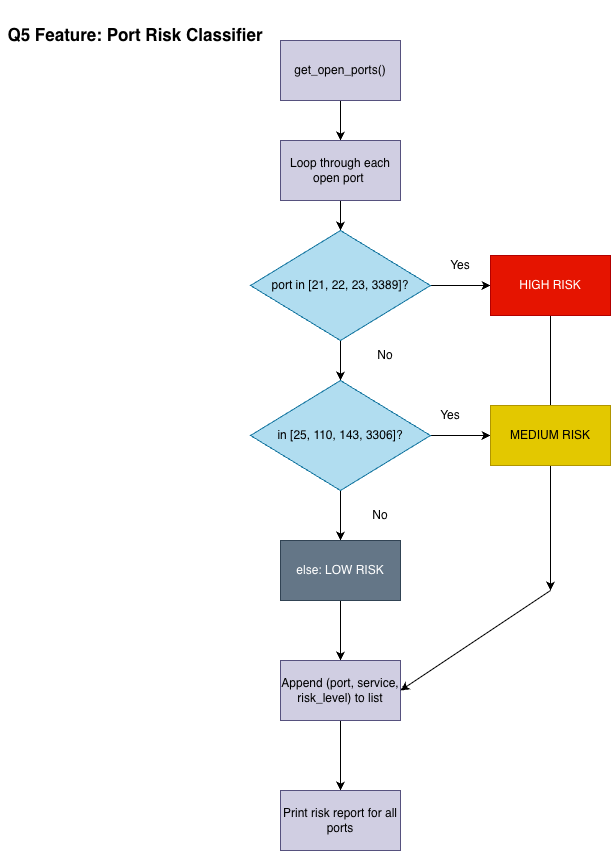
RenanGutierrezz/COMP2152_Assignment-2 keeps this draw.io diagram as diagram_101573073.png. Above is the earlier version. Source tidied: cells renumbered, new cells last; positions are measured from the earlier drawing's top-left corner, leaving out a move shared by most shapes. Its diagram source:
```xml
<mxGraphModel>
  <root>
    <mxCell id="0" />
    <mxCell id="1" parent="0" />
    <mxCell id="2" style="edgeStyle=orthogonalEdgeStyle;rounded=0;jettySize=auto;html=1;entryX=0.5;entryY=0;entryDx=0;entryDy=0;" parent="1" edge="1" source="3" target="5">
      <mxGeometry relative="1" as="geometry" />
    </mxCell>
    <mxCell id="3" value="get_open_ports()" style="rounded=0;whiteSpace=wrap;html=1;fillColor=#d0cee2;strokeColor=#56517e;" parent="1" vertex="1">
      <mxGeometry x="280" y="40" width="120" height="60" as="geometry" />
    </mxCell>
    <mxCell id="4" style="edgeStyle=orthogonalEdgeStyle;rounded=0;jettySize=auto;html=1;entryX=0.5;entryY=0;entryDx=0;entryDy=0;" parent="1" edge="1" source="5" target="8">
      <mxGeometry relative="1" as="geometry" />
    </mxCell>
    <mxCell id="5" value="Loop through each open port&amp;nbsp;" style="rounded=0;whiteSpace=wrap;html=1;fillColor=#d0cee2;strokeColor=#56517e;" parent="1" vertex="1">
      <mxGeometry x="280" y="140" width="120" height="60" as="geometry" />
    </mxCell>
    <mxCell id="6" style="edgeStyle=orthogonalEdgeStyle;rounded=0;jettySize=auto;html=1;entryX=0.5;entryY=0;entryDx=0;entryDy=0;" parent="1" edge="1" source="8" target="13">
      <mxGeometry relative="1" as="geometry" />
    </mxCell>
    <mxCell id="7" style="edgeStyle=orthogonalEdgeStyle;rounded=0;jettySize=auto;html=1;entryX=0;entryY=0.5;entryDx=0;entryDy=0;" parent="1" edge="1" source="8" target="10">
      <mxGeometry relative="1" as="geometry" />
    </mxCell>
    <mxCell id="8" value="port in [21, 22, 23, 3389]?" style="rhombus;whiteSpace=wrap;html=1;fillColor=#b1ddf0;strokeColor=#10739e;" parent="1" vertex="1">
      <mxGeometry x="250" y="230" width="180" height="110" as="geometry" />
    </mxCell>
    <mxCell id="9" style="rounded=0;jettySize=auto;html=1;" parent="1" edge="1" source="10">
      <mxGeometry relative="1" as="geometry">
        <mxPoint x="550" y="590" as="targetPoint" />
      </mxGeometry>
    </mxCell>
    <mxCell id="10" value="HIGH RISK" style="rounded=0;whiteSpace=wrap;html=1;fillColor=#e51400;fontColor=#ffffff;strokeColor=#B20000;" parent="1" vertex="1">
      <mxGeometry x="490" y="255" width="120" height="60" as="geometry" />
    </mxCell>
    <mxCell id="11" style="edgeStyle=orthogonalEdgeStyle;rounded=0;jettySize=auto;html=1;entryX=0.5;entryY=0;entryDx=0;entryDy=0;" parent="1" edge="1" source="13" target="16">
      <mxGeometry relative="1" as="geometry" />
    </mxCell>
    <mxCell id="12" style="edgeStyle=orthogonalEdgeStyle;rounded=0;jettySize=auto;html=1;entryX=0;entryY=0.5;entryDx=0;entryDy=0;" parent="1" edge="1" source="13" target="14">
      <mxGeometry relative="1" as="geometry" />
    </mxCell>
    <mxCell id="13" value="in [25, 110, 143, 3306]?" style="rhombus;whiteSpace=wrap;html=1;fillColor=#b1ddf0;strokeColor=#10739e;" parent="1" vertex="1">
      <mxGeometry x="250" y="380" width="180" height="110" as="geometry" />
    </mxCell>
    <mxCell id="14" value="MEDIUM RISK" style="rounded=0;whiteSpace=wrap;html=1;fillColor=#e3c800;fontColor=#000000;strokeColor=#B09500;" parent="1" vertex="1">
      <mxGeometry x="490" y="405" width="120" height="60" as="geometry" />
    </mxCell>
    <mxCell id="15" style="edgeStyle=orthogonalEdgeStyle;rounded=0;jettySize=auto;html=1;entryX=0.5;entryY=0;entryDx=0;entryDy=0;" parent="1" edge="1" source="16" target="22">
      <mxGeometry relative="1" as="geometry" />
    </mxCell>
    <mxCell id="16" value="&lt;div&gt;else: LOW RISK&lt;/div&gt;" style="rounded=0;whiteSpace=wrap;html=1;fillColor=#647687;fontColor=#ffffff;strokeColor=#314354;" parent="1" vertex="1">
      <mxGeometry x="280" y="540" width="120" height="60" as="geometry" />
    </mxCell>
    <mxCell id="17" value="&lt;font style=&quot;color: light-dark(rgb(0, 0, 0), rgb(255, 51, 51));&quot;&gt;No&lt;/font&gt;" style="text;html=1;whiteSpace=wrap;strokeColor=none;fillColor=none;align=center;verticalAlign=middle;rounded=0;" parent="1" vertex="1">
      <mxGeometry x="355" y="340" width="60" height="30" as="geometry" />
    </mxCell>
    <mxCell id="18" value="&lt;font style=&quot;color: light-dark(rgb(0, 0, 0), rgb(51, 255, 51));&quot;&gt;Yes&lt;/font&gt;" style="text;html=1;whiteSpace=wrap;strokeColor=none;fillColor=none;align=center;verticalAlign=middle;rounded=0;" parent="1" vertex="1">
      <mxGeometry x="430" y="250" width="60" height="30" as="geometry" />
    </mxCell>
    <mxCell id="19" value="&lt;font style=&quot;color: light-dark(rgb(0, 0, 0), rgb(0, 255, 0));&quot;&gt;Yes&lt;/font&gt;" style="text;html=1;whiteSpace=wrap;strokeColor=none;fillColor=none;align=center;verticalAlign=middle;rounded=0;" parent="1" vertex="1">
      <mxGeometry x="420" y="400" width="60" height="30" as="geometry" />
    </mxCell>
    <mxCell id="20" value="&lt;font style=&quot;color: light-dark(rgb(0, 0, 0), rgb(255, 51, 51));&quot;&gt;No&lt;/font&gt;" style="text;html=1;whiteSpace=wrap;strokeColor=none;fillColor=none;align=center;verticalAlign=middle;rounded=0;" parent="1" vertex="1">
      <mxGeometry x="350" y="500" width="60" height="30" as="geometry" />
    </mxCell>
    <mxCell id="21" style="edgeStyle=orthogonalEdgeStyle;rounded=0;jettySize=auto;html=1;entryX=0.5;entryY=0;entryDx=0;entryDy=0;" parent="1" edge="1" source="22" target="23">
      <mxGeometry relative="1" as="geometry" />
    </mxCell>
    <mxCell id="22" value="Append (port, service, risk_level) to list" style="rounded=0;whiteSpace=wrap;html=1;fillColor=#d0cee2;strokeColor=#56517e;" parent="1" vertex="1">
      <mxGeometry x="280" y="660" width="120" height="60" as="geometry" />
    </mxCell>
    <mxCell id="23" value="Print risk report for all ports" style="rounded=0;whiteSpace=wrap;html=1;fillColor=#d0cee2;strokeColor=#56517e;" parent="1" vertex="1">
      <mxGeometry x="280" y="790" width="120" height="60" as="geometry" />
    </mxCell>
    <mxCell id="24" value="&lt;font style=&quot;font-size: 17px;&quot;&gt;&lt;b style=&quot;&quot;&gt;Q5 Feature: Port Risk Classifier&lt;/b&gt;&lt;/font&gt;" style="text;html=1;whiteSpace=wrap;strokeColor=none;fillColor=none;align=center;verticalAlign=middle;rounded=0;" parent="1" vertex="1">
      <mxGeometry width="270" height="70" as="geometry" />
    </mxCell>
    <mxCell id="25" style="edgeStyle=none;jettySize=auto;html=1;rounded=0;entryX=1;entryY=0.5;entryDx=0;entryDy=0;" parent="1" edge="1" target="22">
      <mxGeometry relative="1" as="geometry">
        <mxPoint x="550" y="590" as="sourcePoint" />
      </mxGeometry>
    </mxCell>
  </root>
</mxGraphModel>
```
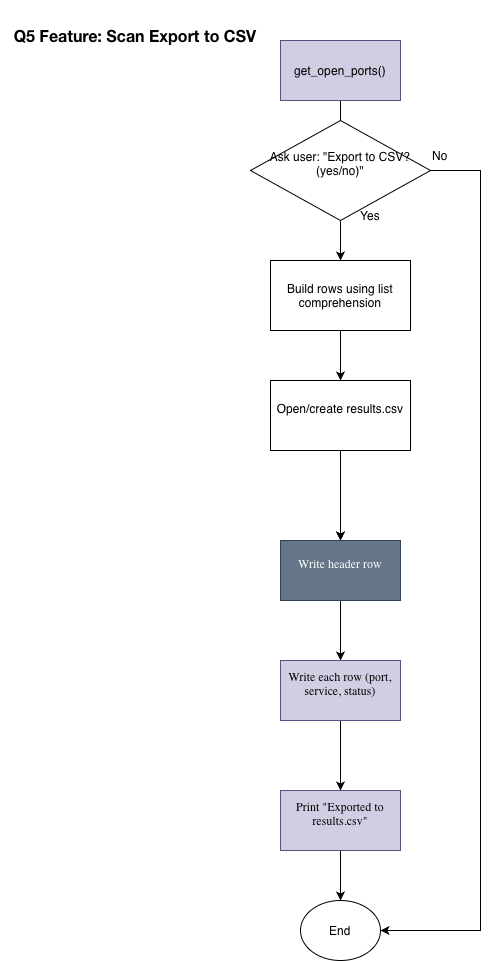
The same file after the commit.

Commit message:
Update Q5 answer and diagram to Scan Export to CSV feature

Change to the diagram source:
```diff
@@ -2,81 +2,81 @@
   <root>
     <mxCell id="0" />
     <mxCell id="1" parent="0" />
-    <mxCell id="2" style="edgeStyle=orthogonalEdgeStyle;rounded=0;jettySize=auto;html=1;entryX=0.5;entryY=0;entryDx=0;entryDy=0;" parent="1" edge="1" source="3" target="5">
-      <mxGeometry relative="1" as="geometry" />
+    <mxCell id="2" style="edgeStyle=orthogonalEdgeStyle;rounded=0;jettySize=auto;html=1;entryX=0.5;entryY=0;entryDx=0;entryDy=0;fontFamily=Helvetica;" parent="1" edge="1" source="3">
+      <mxGeometry relative="1" as="geometry">
+        <mxPoint x="340" y="140" as="targetPoint" />
+      </mxGeometry>
     </mxCell>
-    <mxCell id="3" value="get_open_ports()" style="rounded=0;whiteSpace=wrap;html=1;fillColor=#d0cee2;strokeColor=#56517e;" parent="1" vertex="1">
+    <mxCell id="3" value="get_open_ports()" style="rounded=0;whiteSpace=wrap;html=1;fillColor=#d0cee2;strokeColor=#56517e;fontFamily=Helvetica;" parent="1" vertex="1">
       <mxGeometry x="280" y="40" width="120" height="60" as="geometry" />
     </mxCell>
-    <mxCell id="4" style="edgeStyle=orthogonalEdgeStyle;rounded=0;jettySize=auto;html=1;entryX=0.5;entryY=0;entryDx=0;entryDy=0;" parent="1" edge="1" source="5" target="8">
-      <mxGeometry relative="1" as="geometry" />
+    <mxCell id="4" style="edgeStyle=orthogonalEdgeStyle;rounded=0;jettySize=auto;html=1;entryX=0.5;entryY=0;entryDx=0;entryDy=0;fontFamily=Helvetica;" parent="1" edge="1" target="31">
+      <mxGeometry relative="1" as="geometry">
+        <mxPoint x="340" y="200" as="sourcePoint" />
+      </mxGeometry>
     </mxCell>
-    <mxCell id="5" value="Loop through each open port&amp;nbsp;" style="rounded=0;whiteSpace=wrap;html=1;fillColor=#d0cee2;strokeColor=#56517e;" parent="1" vertex="1">
-      <mxGeometry x="280" y="140" width="120" height="60" as="geometry" />
-    </mxCell>
-    <mxCell id="6" style="edgeStyle=orthogonalEdgeStyle;rounded=0;jettySize=auto;html=1;entryX=0.5;entryY=0;entryDx=0;entryDy=0;" parent="1" edge="1" source="8" target="13">
-      <mxGeometry relative="1" as="geometry" />
-    </mxCell>
-    <mxCell id="7" style="edgeStyle=orthogonalEdgeStyle;rounded=0;jettySize=auto;html=1;entryX=0;entryY=0.5;entryDx=0;entryDy=0;" parent="1" edge="1" source="8" target="10">
-      <mxGeometry relative="1" as="geometry" />
-    </mxCell>
-    <mxCell id="8" value="port in [21, 22, 23, 3389]?" style="rhombus;whiteSpace=wrap;html=1;fillColor=#b1ddf0;strokeColor=#10739e;" parent="1" vertex="1">
-      <mxGeometry x="250" y="230" width="180" height="110" as="geometry" />
-    </mxCell>
-    <mxCell id="9" style="rounded=0;jettySize=auto;html=1;" parent="1" edge="1" source="10">
-      <mxGeometry relative="1" as="geometry">
-        <mxPoint x="550" y="590" as="targetPoint" />
-      </mxGeometry>
-    </mxCell>
-    <mxCell id="10" value="HIGH RISK" style="rounded=0;whiteSpace=wrap;html=1;fillColor=#e51400;fontColor=#ffffff;strokeColor=#B20000;" parent="1" vertex="1">
-      <mxGeometry x="490" y="255" width="120" height="60" as="geometry" />
-    </mxCell>
+    <mxCell id="26" style="edgeStyle=orthogonalEdgeStyle;rounded=0;jettySize=auto;html=1;entryX=1;entryY=0.5;entryDx=0;entryDy=0;exitX=1;exitY=0.5;exitDx=0;exitDy=0;" parent="1" edge="1" target="29">
+      <mxGeometry relative="1" as="geometry">
+        <mxPoint x="400" y="170" as="sourcePoint" />
+        <Array as="points">
+          <mxPoint x="480" y="170" />
+          <mxPoint x="480" y="930" />
+        </Array>
+      </mxGeometry>
+    </mxCell>
-    <mxCell id="11" style="edgeStyle=orthogonalEdgeStyle;rounded=0;jettySize=auto;html=1;entryX=0.5;entryY=0;entryDx=0;entryDy=0;" parent="1" edge="1" source="13" target="16">
-      <mxGeometry relative="1" as="geometry" />
+    <mxCell id="11" style="edgeStyle=orthogonalEdgeStyle;rounded=0;jettySize=auto;html=1;entryX=0.5;entryY=0;entryDx=0;entryDy=0;fontFamily=Helvetica;" parent="1" edge="1" target="16">
+      <mxGeometry relative="1" as="geometry">
+        <mxPoint x="340" y="490" as="sourcePoint" />
+      </mxGeometry>
     </mxCell>
-    <mxCell id="12" style="edgeStyle=orthogonalEdgeStyle;rounded=0;jettySize=auto;html=1;entryX=0;entryY=0.5;entryDx=0;entryDy=0;" parent="1" edge="1" source="13" target="14">
-      <mxGeometry relative="1" as="geometry" />
-    </mxCell>
-    <mxCell id="13" value="in [25, 110, 143, 3306]?" style="rhombus;whiteSpace=wrap;html=1;fillColor=#b1ddf0;strokeColor=#10739e;" parent="1" vertex="1">
-      <mxGeometry x="250" y="380" width="180" height="110" as="geometry" />
-    </mxCell>
-    <mxCell id="14" value="MEDIUM RISK" style="rounded=0;whiteSpace=wrap;html=1;fillColor=#e3c800;fontColor=#000000;strokeColor=#B09500;" parent="1" vertex="1">
-      <mxGeometry x="490" y="405" width="120" height="60" as="geometry" />
-    </mxCell>
-    <mxCell id="15" style="edgeStyle=orthogonalEdgeStyle;rounded=0;jettySize=auto;html=1;entryX=0.5;entryY=0;entryDx=0;entryDy=0;" parent="1" edge="1" source="16" target="22">
+    <mxCell id="15" style="edgeStyle=orthogonalEdgeStyle;rounded=0;jettySize=auto;html=1;entryX=0.5;entryY=0;entryDx=0;entryDy=0;fontFamily=Helvetica;" parent="1" edge="1" source="16" target="22">
       <mxGeometry relative="1" as="geometry" />
     </mxCell>
-    <mxCell id="16" value="&lt;div&gt;else: LOW RISK&lt;/div&gt;" style="rounded=0;whiteSpace=wrap;html=1;fillColor=#647687;fontColor=#ffffff;strokeColor=#314354;" parent="1" vertex="1">
+    <mxCell id="16" value="&lt;p style=&quot;margin: 0px; font-style: normal; font-variant-caps: normal; font-width: normal; line-height: normal; font-family: &amp;quot;.AppleSystemUIFontMonospaced&amp;quot;; font-size-adjust: none; font-kerning: auto; font-variant-alternates: normal; font-variant-ligatures: normal; font-variant-numeric: normal; font-variant-east-asian: normal; font-variant-position: normal; font-variant-emoji: normal; font-feature-settings: normal; font-optical-sizing: auto; font-variation-settings: normal;&quot;&gt;Write header row&lt;/p&gt;&lt;div&gt;&lt;br&gt;&lt;/div&gt;" style="rounded=0;whiteSpace=wrap;html=1;fillColor=#647687;fontColor=#ffffff;strokeColor=#314354;fontFamily=Helvetica;" parent="1" vertex="1">
       <mxGeometry x="280" y="540" width="120" height="60" as="geometry" />
     </mxCell>
-    <mxCell id="17" value="&lt;font style=&quot;color: light-dark(rgb(0, 0, 0), rgb(255, 51, 51));&quot;&gt;No&lt;/font&gt;" style="text;html=1;whiteSpace=wrap;strokeColor=none;fillColor=none;align=center;verticalAlign=middle;rounded=0;" parent="1" vertex="1">
-      <mxGeometry x="355" y="340" width="60" height="30" as="geometry" />
-    </mxCell>
-    <mxCell id="18" value="&lt;font style=&quot;color: light-dark(rgb(0, 0, 0), rgb(51, 255, 51));&quot;&gt;Yes&lt;/font&gt;" style="text;html=1;whiteSpace=wrap;strokeColor=none;fillColor=none;align=center;verticalAlign=middle;rounded=0;" parent="1" vertex="1">
-      <mxGeometry x="430" y="250" width="60" height="30" as="geometry" />
+    <mxCell id="18" value="&lt;font style=&quot;color: light-dark(rgb(0, 0, 0), rgb(51, 255, 51));&quot;&gt;Yes&lt;/font&gt;" style="text;html=1;whiteSpace=wrap;strokeColor=none;fillColor=none;align=center;verticalAlign=middle;rounded=0;fontFamily=Helvetica;" parent="1" vertex="1">
+      <mxGeometry x="340" y="200" width="60" height="30" as="geometry" />
     </mxCell>
-    <mxCell id="19" value="&lt;font style=&quot;color: light-dark(rgb(0, 0, 0), rgb(0, 255, 0));&quot;&gt;Yes&lt;/font&gt;" style="text;html=1;whiteSpace=wrap;strokeColor=none;fillColor=none;align=center;verticalAlign=middle;rounded=0;" parent="1" vertex="1">
-      <mxGeometry x="420" y="400" width="60" height="30" as="geometry" />
-    </mxCell>
-    <mxCell id="20" value="&lt;font style=&quot;color: light-dark(rgb(0, 0, 0), rgb(255, 51, 51));&quot;&gt;No&lt;/font&gt;" style="text;html=1;whiteSpace=wrap;strokeColor=none;fillColor=none;align=center;verticalAlign=middle;rounded=0;" parent="1" vertex="1">
-      <mxGeometry x="350" y="500" width="60" height="30" as="geometry" />
-    </mxCell>
-    <mxCell id="21" style="edgeStyle=orthogonalEdgeStyle;rounded=0;jettySize=auto;html=1;entryX=0.5;entryY=0;entryDx=0;entryDy=0;" parent="1" edge="1" source="22" target="23">
+    <mxCell id="21" style="edgeStyle=orthogonalEdgeStyle;rounded=0;jettySize=auto;html=1;entryX=0.5;entryY=0;entryDx=0;entryDy=0;fontFamily=Helvetica;" parent="1" edge="1" source="22" target="23">
       <mxGeometry relative="1" as="geometry" />
     </mxCell>
-    <mxCell id="22" value="Append (port, service, risk_level) to list" style="rounded=0;whiteSpace=wrap;html=1;fillColor=#d0cee2;strokeColor=#56517e;" parent="1" vertex="1">
+    <mxCell id="22" value="&lt;p style=&quot;margin: 0px; font-style: normal; font-variant-caps: normal; font-width: normal; line-height: normal; font-family: &amp;quot;.AppleSystemUIFontMonospaced&amp;quot;; font-size-adjust: none; font-kerning: auto; font-variant-alternates: normal; font-variant-ligatures: normal; font-variant-numeric: normal; font-variant-east-asian: normal; font-variant-position: normal; font-variant-emoji: normal; font-feature-settings: normal; font-optical-sizing: auto; font-variation-settings: normal;&quot;&gt;Write each row (port, service, status)&lt;/p&gt;&lt;div&gt;&lt;br&gt;&lt;/div&gt;" style="rounded=0;whiteSpace=wrap;html=1;fillColor=#d0cee2;strokeColor=#56517e;fontFamily=Helvetica;" parent="1" vertex="1">
       <mxGeometry x="280" y="660" width="120" height="60" as="geometry" />
     </mxCell>
+    <mxCell id="27" style="edgeStyle=orthogonalEdgeStyle;rounded=0;jettySize=auto;html=1;" parent="1" edge="1" source="23">
+      <mxGeometry relative="1" as="geometry">
+        <mxPoint x="340" y="900" as="targetPoint" />
+      </mxGeometry>
+    </mxCell>
-    <mxCell id="23" value="Print risk report for all ports" style="rounded=0;whiteSpace=wrap;html=1;fillColor=#d0cee2;strokeColor=#56517e;" parent="1" vertex="1">
+    <mxCell id="23" value="&lt;p style=&quot;margin: 0px; font-style: normal; font-variant-caps: normal; font-width: normal; line-height: normal; font-family: &amp;quot;.AppleSystemUIFontMonospaced&amp;quot;; font-size-adjust: none; font-kerning: auto; font-variant-alternates: normal; font-variant-ligatures: normal; font-variant-numeric: normal; font-variant-east-asian: normal; font-variant-position: normal; font-variant-emoji: normal; font-feature-settings: normal; font-optical-sizing: auto; font-variation-settings: normal;&quot;&gt;Print &quot;Exported to results.csv&quot;&lt;/p&gt;&lt;div&gt;&lt;br&gt;&lt;/div&gt;" style="rounded=0;whiteSpace=wrap;html=1;fillColor=#d0cee2;strokeColor=#56517e;fontFamily=Helvetica;" parent="1" vertex="1">
       <mxGeometry x="280" y="790" width="120" height="60" as="geometry" />
     </mxCell>
-    <mxCell id="24" value="&lt;font style=&quot;font-size: 17px;&quot;&gt;&lt;b style=&quot;&quot;&gt;Q5 Feature: Port Risk Classifier&lt;/b&gt;&lt;/font&gt;" style="text;html=1;whiteSpace=wrap;strokeColor=none;fillColor=none;align=center;verticalAlign=middle;rounded=0;" parent="1" vertex="1">
+    <mxCell id="24" value="&lt;p style=&quot;margin: 0px; font-style: normal; font-variant-caps: normal; font-width: normal; line-height: normal; font-family: &amp;quot;Helvetica Neue&amp;quot;; font-size-adjust: none; font-kerning: auto; font-variant-alternates: normal; font-variant-ligatures: normal; font-variant-numeric: normal; font-variant-east-asian: normal; font-variant-position: normal; font-feature-settings: normal; font-optical-sizing: auto; font-variation-settings: normal;&quot;&gt;&lt;font style=&quot;font-size: 16px;&quot;&gt;&lt;b&gt;Q5 Feature: Scan Export to CSV&lt;/b&gt;&lt;/font&gt;&lt;/p&gt;" style="text;html=1;whiteSpace=wrap;strokeColor=none;fillColor=none;align=center;verticalAlign=middle;rounded=0;fontFamily=Helvetica;" parent="1" vertex="1">
       <mxGeometry width="270" height="70" as="geometry" />
     </mxCell>
-    <mxCell id="25" style="edgeStyle=none;jettySize=auto;html=1;rounded=0;entryX=1;entryY=0.5;entryDx=0;entryDy=0;" parent="1" edge="1" target="22">
-      <mxGeometry relative="1" as="geometry">
-        <mxPoint x="550" y="590" as="sourcePoint" />
-      </mxGeometry>
-    </mxCell>
+    <mxCell id="28" value="No" style="text;html=1;whiteSpace=wrap;strokeColor=none;fillColor=none;align=center;verticalAlign=middle;rounded=0;fontColor=light-dark(#000000,#CC0000);" parent="1" vertex="1">
+      <mxGeometry x="410" y="140" width="60" height="30" as="geometry" />
+    </mxCell>
+    <mxCell id="29" value="End" style="ellipse;whiteSpace=wrap;html=1;" parent="1" vertex="1">
+      <mxGeometry x="300" y="900" width="80" height="60" as="geometry" />
+    </mxCell>
+    <mxCell id="30" style="edgeStyle=orthogonalEdgeStyle;rounded=0;jettySize=auto;html=1;entryX=0.5;entryY=0;entryDx=0;entryDy=0;" parent="1" edge="1" source="31" target="33">
+      <mxGeometry relative="1" as="geometry" />
+    </mxCell>
+    <mxCell id="31" value="&lt;p style=&quot;caret-color: rgb(255, 255, 255); font-family: Helvetica; font-size: 12px; font-style: normal; font-variant-caps: normal; font-weight: 400; letter-spacing: normal; orphans: 2; text-align: center; text-indent: 0px; text-transform: none; white-space: normal; widows: 2; word-spacing: 0px; -webkit-text-stroke-width: 0px; text-decoration-line: none; text-decoration-thickness: auto; text-decoration-style: solid; margin: 0px; font-width: normal; line-height: normal; font-size-adjust: none; font-kerning: auto; font-variant-alternates: normal; font-variant-ligatures: normal; font-variant-numeric: normal; font-variant-east-asian: normal; font-variant-position: normal; font-feature-settings: normal; font-optical-sizing: auto; font-variation-settings: normal; box-shadow: none !important;&quot;&gt;&lt;span style=&quot;color: light-dark(rgb(0, 0, 0), rgb(255, 255, 255));&quot;&gt;Build rows using list comprehension&lt;/span&gt;&lt;/p&gt;" style="rounded=0;whiteSpace=wrap;html=1;" parent="1" vertex="1">
+      <mxGeometry x="270" y="260" width="140" height="70" as="geometry" />
+    </mxCell>
+    <mxCell id="32" style="edgeStyle=orthogonalEdgeStyle;rounded=0;jettySize=auto;html=1;" parent="1" edge="1" source="33">
+      <mxGeometry relative="1" as="geometry">
+        <mxPoint x="340" y="540" as="targetPoint" />
+      </mxGeometry>
+    </mxCell>
+    <mxCell id="33" value="&lt;p style=&quot;margin: 0px; font-width: normal; line-height: normal; font-size-adjust: none; font-kerning: auto; font-variant-alternates: normal; font-variant-ligatures: normal; font-variant-numeric: normal; font-variant-east-asian: normal; font-variant-position: normal; font-feature-settings: normal; font-optical-sizing: auto; font-variation-settings: normal;&quot;&gt;Open/create results.csv&lt;/p&gt;&lt;div&gt;&lt;br&gt;&lt;/div&gt;" style="rounded=0;whiteSpace=wrap;html=1;" parent="1" vertex="1">
+      <mxGeometry x="270" y="380" width="140" height="70" as="geometry" />
+    </mxCell>
+    <mxCell id="34" value="&lt;p style=&quot;margin: 0px; font-width: normal; line-height: normal; font-size-adjust: none; font-kerning: auto; font-variant-alternates: normal; font-variant-ligatures: normal; font-variant-numeric: normal; font-variant-east-asian: normal; font-variant-position: normal; font-feature-settings: normal; font-optical-sizing: auto; font-variation-settings: normal;&quot;&gt;Ask user: &quot;Export to CSV? (yes/no)&quot;&lt;/p&gt;&lt;div&gt;&lt;br&gt;&lt;/div&gt;" style="rhombus;whiteSpace=wrap;html=1;" parent="1" vertex="1">
+      <mxGeometry x="250" y="120" width="180" height="100" as="geometry" />
+    </mxCell>
   </root>
 </mxGraphModel>
```
